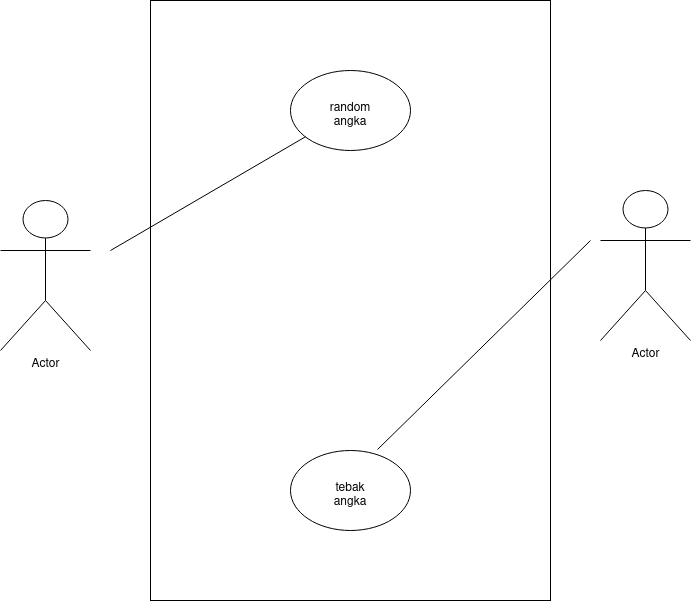
The draw.io diagram use-case.drawio.png in ronijaelani/jobsheet1, before a commit. Source tidied: cells renumbered, new cells last; positions are measured from the earlier drawing's top-left corner, leaving out a move shared by most shapes.
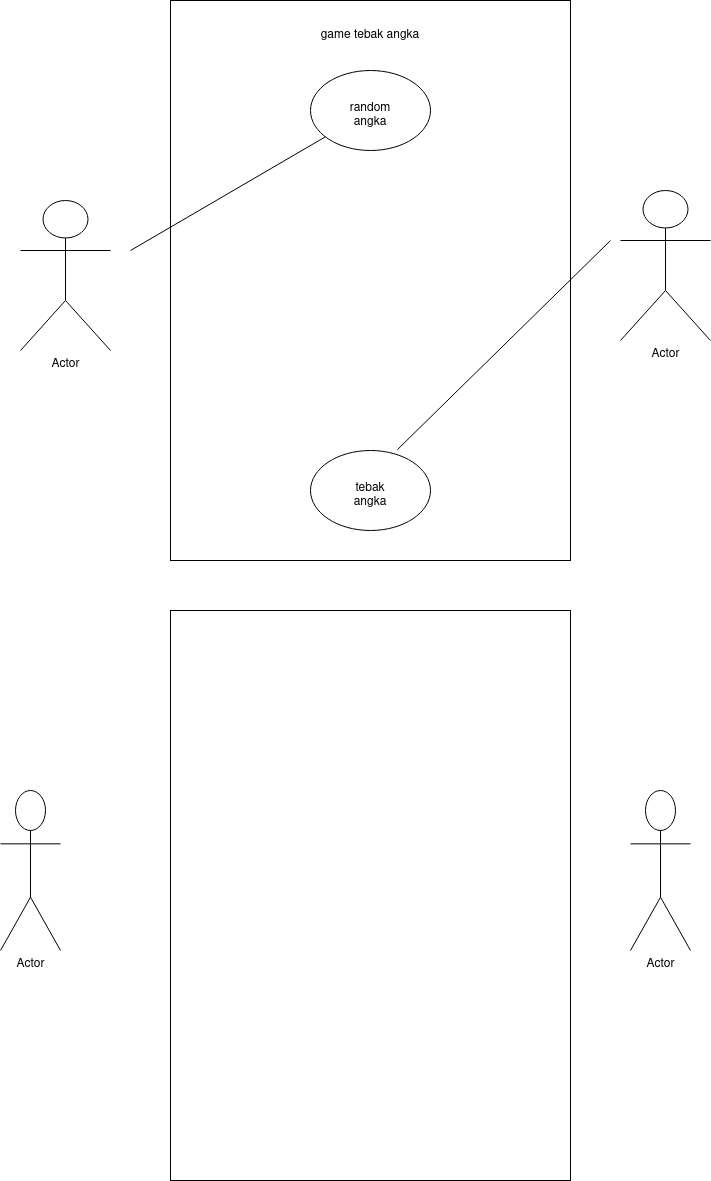
The same file after the commit.

Change to the diagram source:
```diff
@@ -12,7 +12,7 @@
       <mxGeometry x="205" y="155" width="50" height="30" as="geometry" />
     </mxCell>
     <mxCell id="5" style="rounded=0;whiteSpace=wrap;html=1;" parent="1" vertex="1">
-      <mxGeometry x="150" width="400" height="600" as="geometry" />
+      <mxGeometry x="150" width="400" height="560" as="geometry" />
     </mxCell>
     <mxCell id="6" style="ellipse;whiteSpace=wrap;html=1;" parent="1" vertex="1">
       <mxGeometry x="290" y="70" width="120" height="80" as="geometry" />
@@ -36,5 +36,17 @@
     <mxCell id="11" value="tebak angka" style="text;html=1;strokeColor=none;fillColor=none;align=center;verticalAlign=middle;whiteSpace=wrap;rounded=0;" parent="1" vertex="1">
       <mxGeometry x="320" y="480" width="60" height="30" as="geometry" />
     </mxCell>
+    <mxCell id="12" value="game tebak angka" style="text;html=1;strokeColor=none;fillColor=none;align=center;verticalAlign=middle;whiteSpace=wrap;rounded=0;" parent="1" vertex="1">
+      <mxGeometry x="290" y="20" width="120" height="30" as="geometry" />
+    </mxCell>
+    <mxCell id="13" style="rounded=0;whiteSpace=wrap;html=1;" parent="1" vertex="1">
+      <mxGeometry x="150" y="610" width="400" height="570" as="geometry" />
+    </mxCell>
+    <mxCell id="14" value="Actor" style="shape=umlActor;verticalLabelPosition=bottom;verticalAlign=top;html=1;" parent="1" vertex="1">
+      <mxGeometry x="-20" y="790" width="60" height="160" as="geometry" />
+    </mxCell>
+    <mxCell id="15" value="Actor" style="shape=umlActor;verticalLabelPosition=bottom;verticalAlign=top;html=1;" parent="1" vertex="1">
+      <mxGeometry x="610" y="790" width="60" height="160" as="geometry" />
+    </mxCell>
   </root>
 </mxGraphModel>
```
